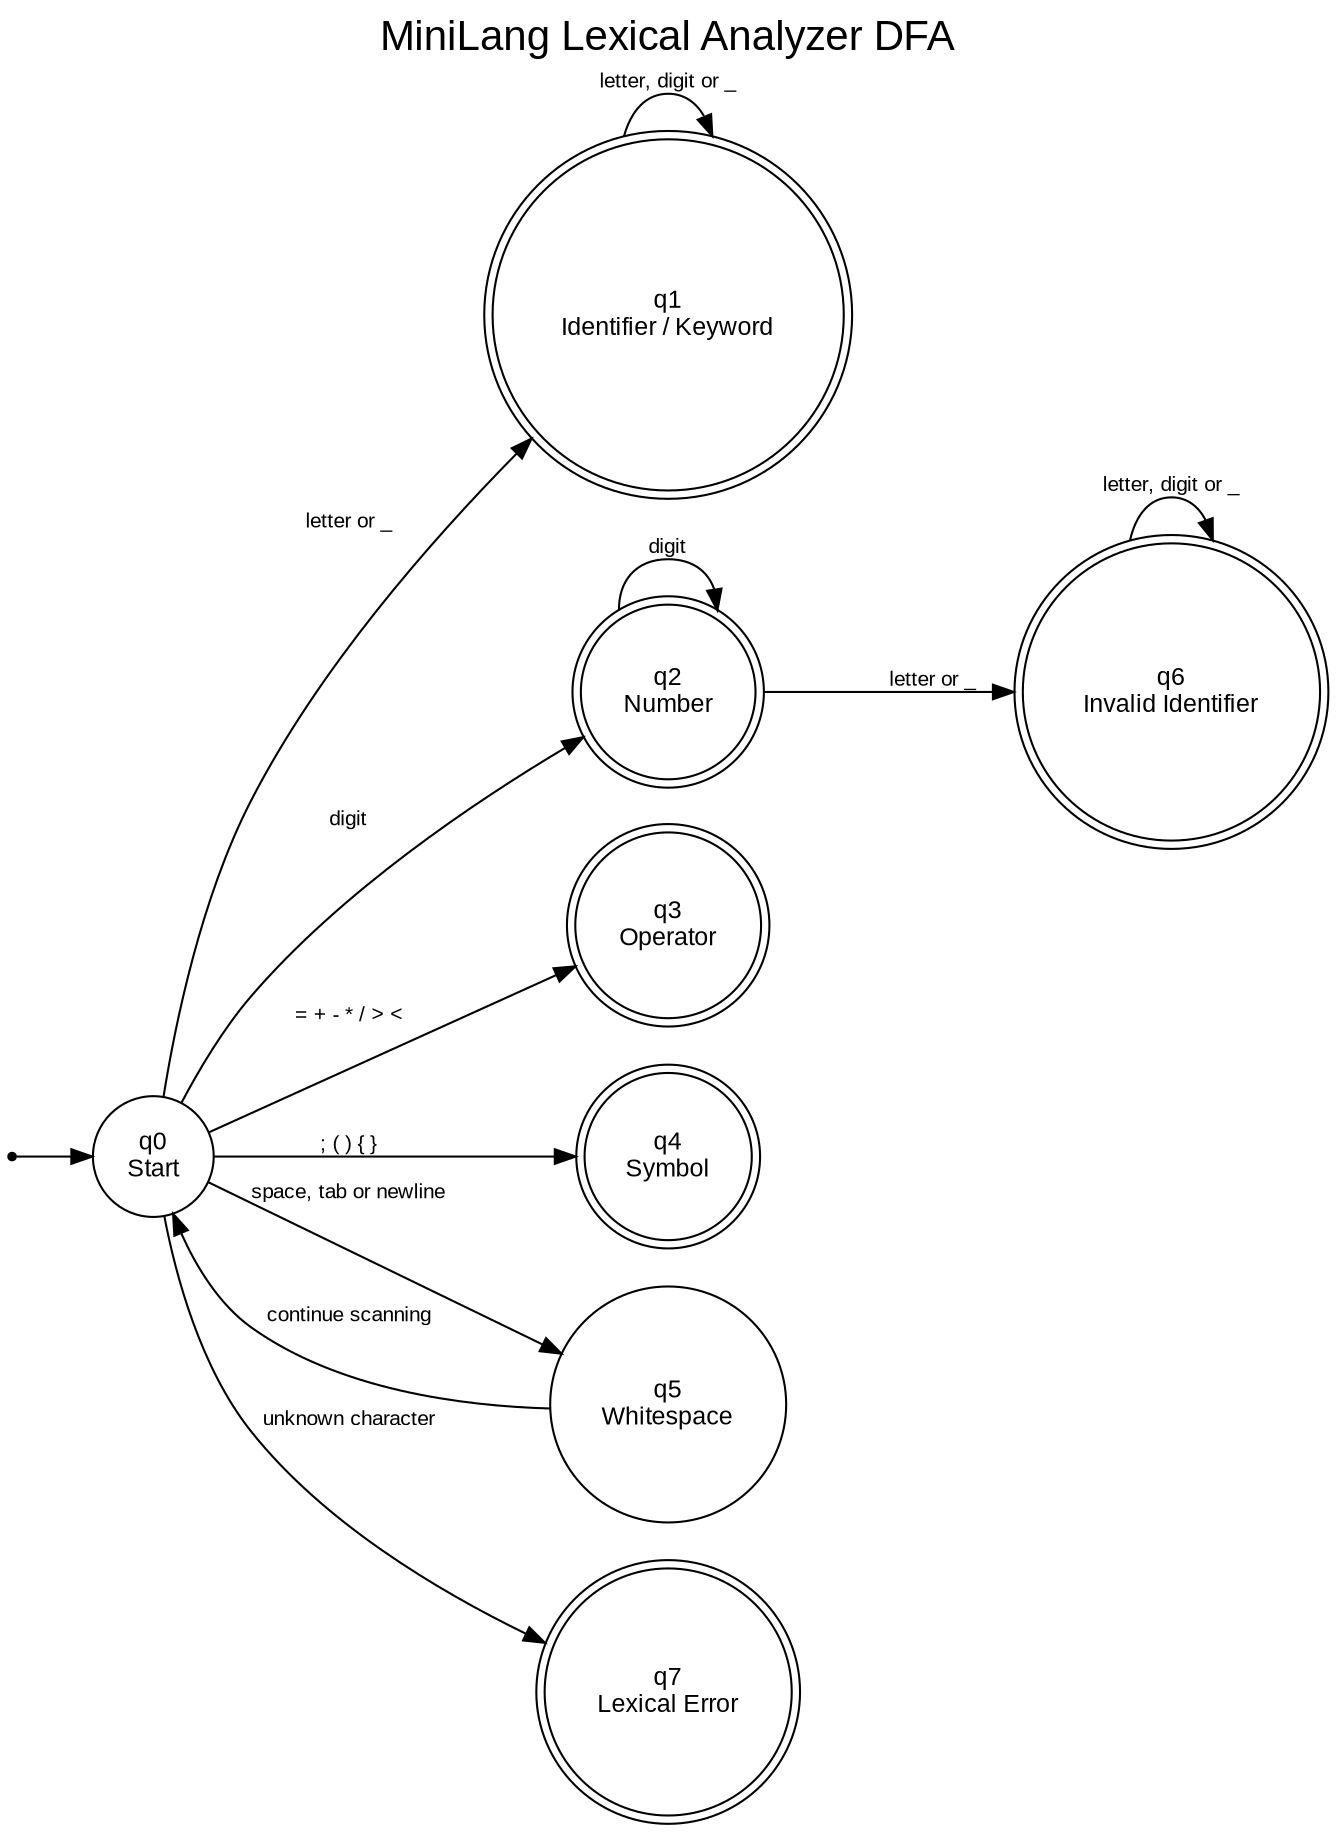
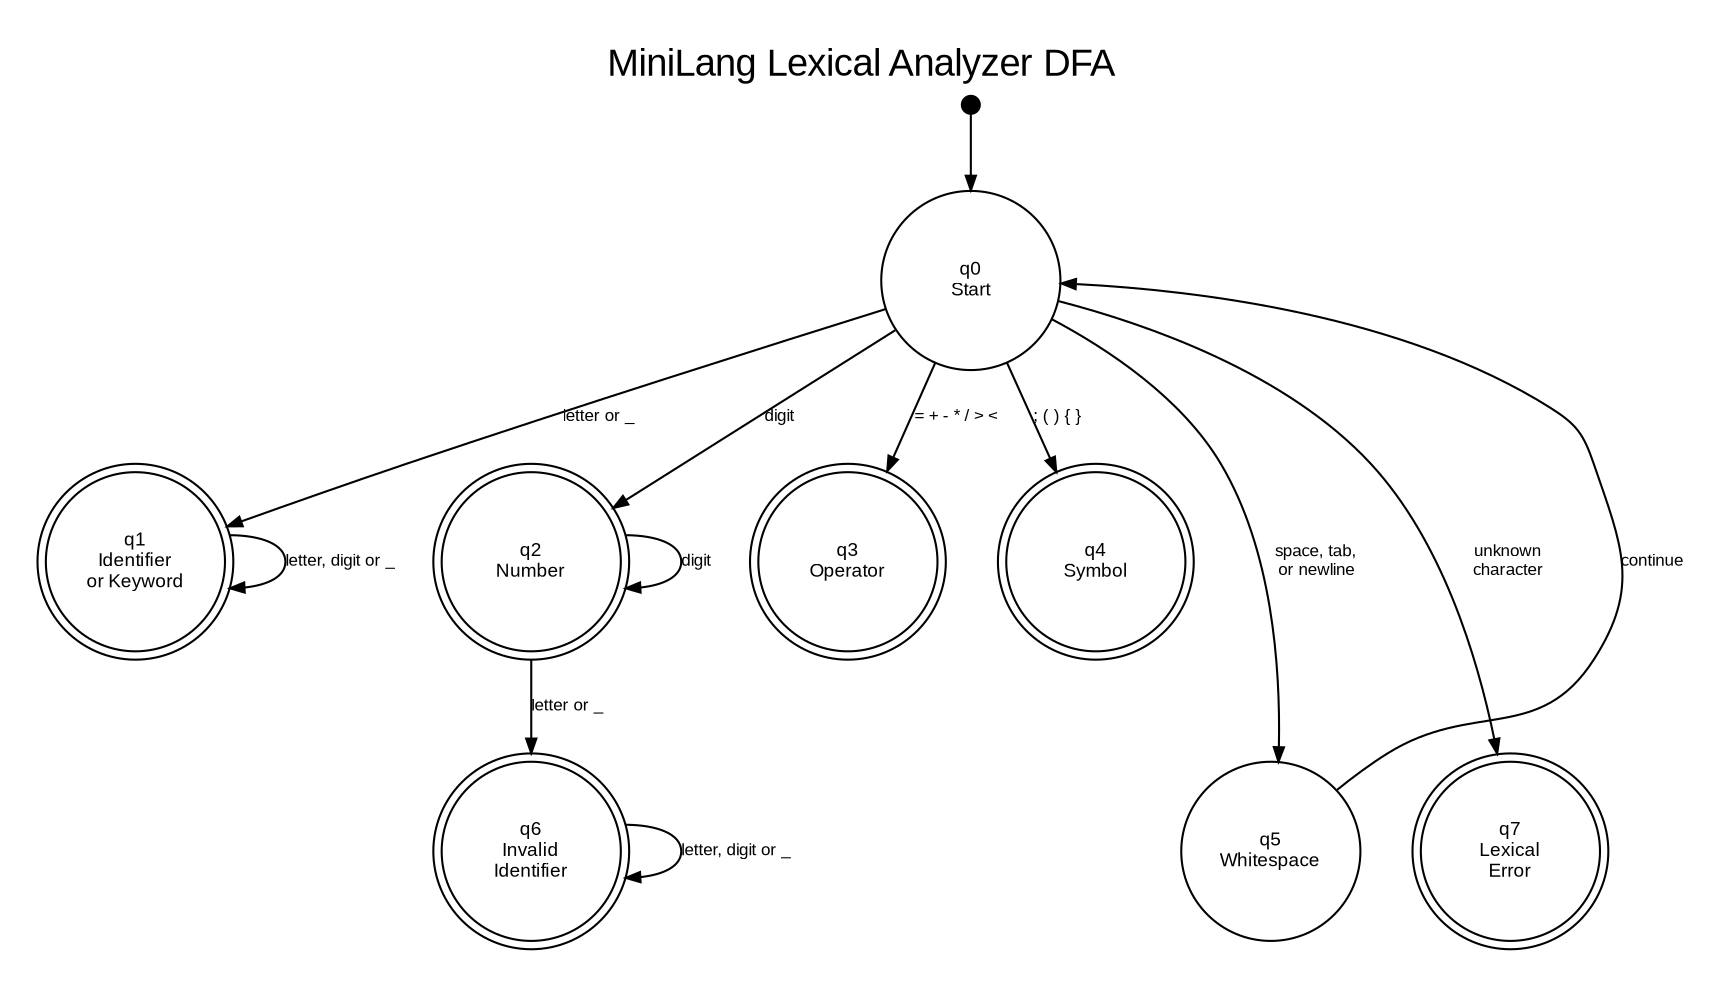
digraph LexerDFA {
-     rankdir=LR;
+     rankdir=TB;

    graph [
        label="MiniLang Lexical Analyzer DFA",
        labelloc="t",
-         fontsize=20,
-         fontname="Arial"
+         fontsize=18,
+         fontname="Arial",
+         pad=0.20,
+         margin=0.05,
+         nodesep=0.35,
+         ranksep=0.50,
+         ratio="compress"
    ];

    node [
        shape=circle,
        fontname="Arial",
-         fontsize=12
+         fontsize=9,
+         width=1.20,
+         height=1.20,
+         fixedsize=true
    ];

    edge [
        fontname="Arial",
-         fontsize=10
+         fontsize=8,
+         arrowsize=0.70
    ];

    start [
-         shape=point
+         shape=point,
+         width=0.12,
+         height=0.12
    ];

    q0 [
        label="q0\nStart"
    ];

    q_identifier [
-         label="q1\nIdentifier / Keyword",
+         label="q1\nIdentifier\nor Keyword",
        shape=doublecircle
    ];

    q_number [
        label="q2\nNumber",
        shape=doublecircle
    ];

    q_operator [
        label="q3\nOperator",
        shape=doublecircle
    ];

    q_symbol [
        label="q4\nSymbol",
        shape=doublecircle
    ];

    q_whitespace [
-         label="q5\nWhitespace"
+         label="q5\nWhitespace",
+         shape=circle
    ];

    q_invalid_identifier [
-         label="q6\nInvalid Identifier",
+         label="q6\nInvalid\nIdentifier",
        shape=doublecircle
    ];

    q_error [
-         label="q7\nLexical Error",
+         label="q7\nLexical\nError",
        shape=doublecircle
    ];

    start -> q0;

    q0 -> q_identifier [
        label="letter or _"
    ];

+     q0 -> q_number [
+         label="digit"
+     ];
+ 
+     q0 -> q_operator [
+         label="= + - * / > <"
+     ];
+ 
+     q0 -> q_symbol [
+         label="; ( ) { }"
+     ];
+ 
+     q0 -> q_whitespace [
+         label="space, tab,\nor newline"
+     ];
+ 
+     q0 -> q_error [
+         label="unknown\ncharacter"
+     ];
+ 
    q_identifier -> q_identifier [
        label="letter, digit or _"
-     ];
- 
-     q0 -> q_number [
-         label="digit"
    ];

    q_number -> q_number [
        label="digit"
    ];

    q_number -> q_invalid_identifier [
        label="letter or _"
    ];

    q_invalid_identifier -> q_invalid_identifier [
        label="letter, digit or _"
    ];

-     q0 -> q_operator [
-         label="= + - * / > <"
+     q_whitespace -> q0 [
+         label="continue",
+         constraint=false
    ];

-     q0 -> q_symbol [
-         label="; ( ) { }"
-     ];
+     {
+         rank=same;
+         q_identifier;
+         q_number;
+         q_operator;
+         q_symbol;
+     }

-     q0 -> q_whitespace [
-         label="space, tab or newline"
-     ];
- 
-     q_whitespace -> q0 [
-         label="continue scanning"
-     ];
- 
-     q0 -> q_error [
-         label="unknown character"
-     ];
+     {
+         rank=same;
+         q_invalid_identifier;
+         q_whitespace;
+         q_error;
+     }
}